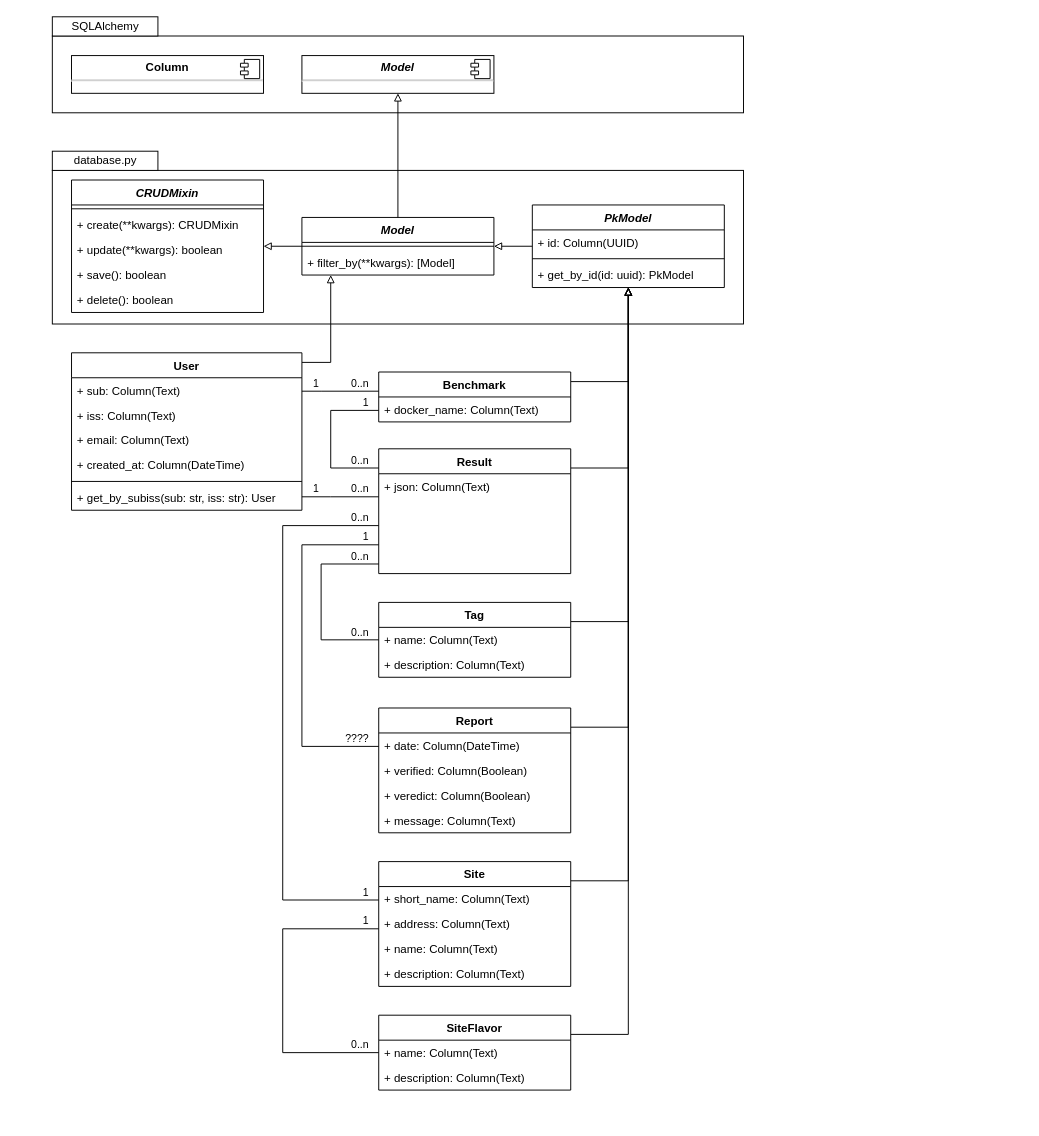
The draw.io diagram docs/diagrams/classes/models.drawio in EOSC-synergy/eosc-perf, before the edit. Source tidied: cells renumbered, new cells numbered last; positions are measured from the earlier drawing's top-left corner, leaving out a move shared by most shapes. Both pictures are drawn from the tidied source at 96%, with x=0, y=0 at pixel (52, 16).
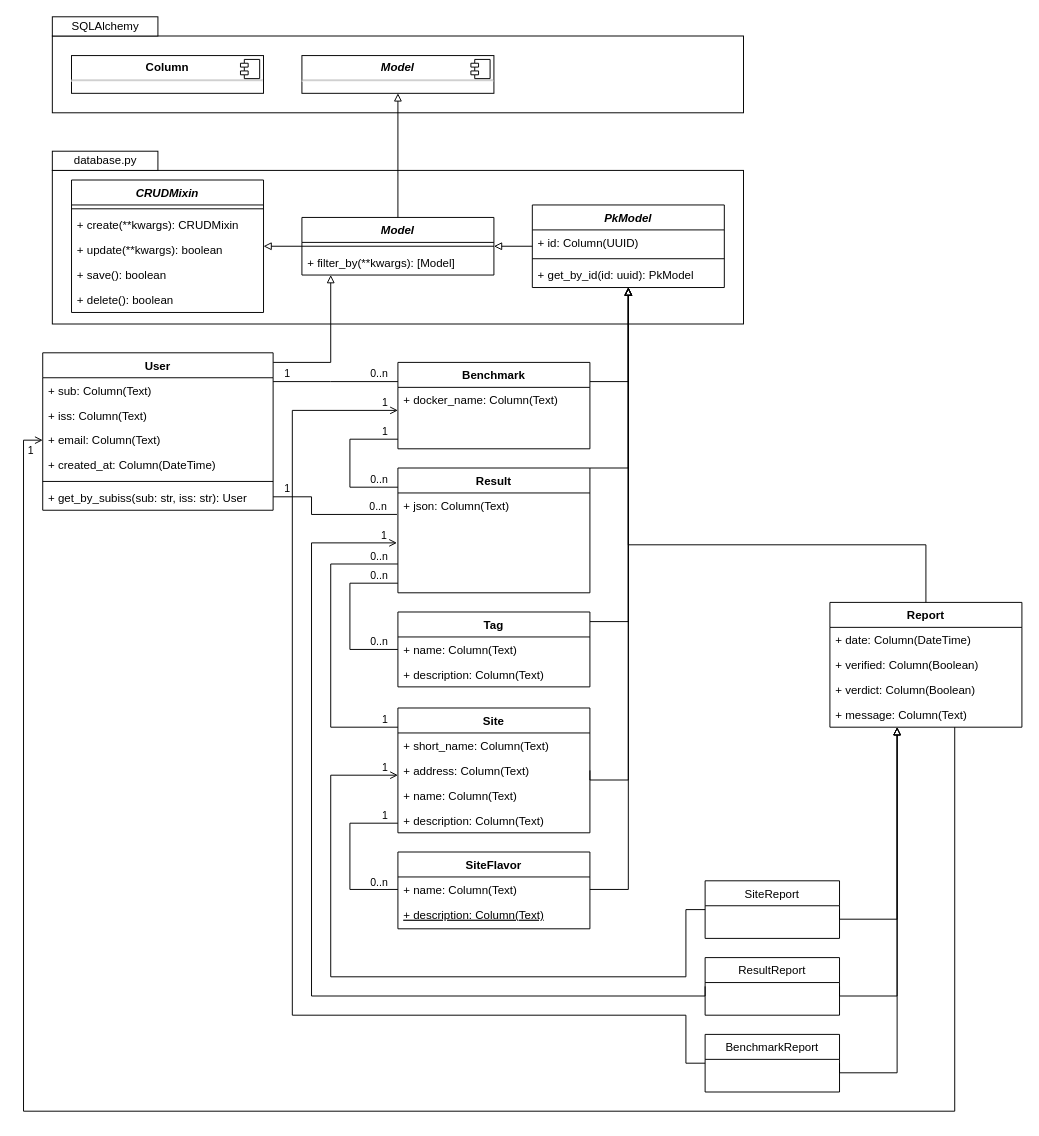
After the change.

Commit message:
Add Report classes to models diagram

Unchanged cells that the change refers to:
```xml
<mxCell id="6" value="+ date: Column(DateTime)" style="text;strokeColor=none;fillColor=none;align=left;verticalAlign=top;spacingLeft=4;spacingRight=4;overflow=hidden;points=[[0,0.5],[1,0.5]];portConstraint=eastwest;" parent="5" vertex="1">
  <mxGeometry y="26" width="200" height="26" as="geometry" />
</mxCell>
<mxCell id="9" value="+ message: Column(Text)" style="text;strokeColor=none;fillColor=none;align=left;verticalAlign=top;spacingLeft=4;spacingRight=4;overflow=hidden;points=[[0,0.5],[1,0.5]];portConstraint=eastwest;" parent="5" vertex="1">
  <mxGeometry y="104" width="200" height="26" as="geometry" />
</mxCell>
<mxCell id="12" value="+ json: Column(Text)" style="text;strokeColor=none;fillColor=none;align=left;verticalAlign=top;spacingLeft=4;spacingRight=4;overflow=hidden;points=[[0,0.5],[1,0.5]];portConstraint=eastwest;" parent="11" vertex="1">
  <mxGeometry y="26" width="200" height="104" as="geometry" />
</mxCell>
<mxCell id="24" value="PkModel" style="swimlane;fontStyle=3;align=center;verticalAlign=top;horizontal=1;startSize=26;" parent="1" vertex="1">
  <mxGeometry x="500" y="196" width="200" height="86" as="geometry" />
</mxCell>
<mxCell id="30" value="+ name: Column(Text)" style="text;strokeColor=none;fillColor=none;align=left;verticalAlign=top;spacingLeft=4;spacingRight=4;overflow=hidden;points=[[0,0.5],[1,0.5]];portConstraint=eastwest;" parent="29" vertex="1">
  <mxGeometry y="26" width="200" height="26" as="geometry" />
</mxCell>
<mxCell id="34" value="+ short_name: Column(Text)" style="text;strokeColor=none;fillColor=none;align=left;verticalAlign=top;spacingLeft=4;spacingRight=4;overflow=hidden;points=[[0,0.5],[1,0.5]];portConstraint=eastwest;" parent="33" vertex="1">
  <mxGeometry y="26" width="200" height="26" as="geometry" />
</mxCell>
<mxCell id="35" value="+ address: Column(Text)" style="text;strokeColor=none;fillColor=none;align=left;verticalAlign=top;spacingLeft=4;spacingRight=4;overflow=hidden;points=[[0,0.5],[1,0.5]];portConstraint=eastwest;" parent="33" vertex="1">
  <mxGeometry y="52" width="200" height="26" as="geometry" />
</mxCell>
<mxCell id="63" value="+ email: Column(Text)" style="text;strokeColor=none;fillColor=none;align=left;verticalAlign=top;spacingLeft=4;spacingRight=4;overflow=hidden;points=[[0,0.5],[1,0.5]];portConstraint=eastwest;" parent="60" vertex="1">
  <mxGeometry y="78" width="240" height="26" as="geometry" />
</mxCell>
<mxCell id="76" value="+ name: Column(Text)" style="text;strokeColor=none;fillColor=none;align=left;verticalAlign=top;spacingLeft=4;spacingRight=4;overflow=hidden;points=[[0,0.5],[1,0.5]];portConstraint=eastwest;" parent="75" vertex="1">
  <mxGeometry y="26" width="200" height="26" as="geometry" />
</mxCell>
```

Change to the diagram source:
```diff
@@
-    <mxCell id="4" style="edgeStyle=orthogonalEdgeStyle;rounded=0;jettySize=auto;html=1;endArrow=block;endFill=0;" parent="1" edge="1" source="5" target="24">
+    <mxCell id="4" style="edgeStyle=orthogonalEdgeStyle;rounded=0;jettySize=auto;html=1;endArrow=block;endFill=0;exitX=1;exitY=0.5;exitDx=0;exitDy=0;" parent="1" edge="1" source="35" target="24">
       <mxGeometry relative="1" as="geometry">
         <Array as="points">
-          <mxPoint x="600" y="740" />
+          <mxPoint x="600" y="795" />
         </Array>
       </mxGeometry>
     </mxCell>
     <mxCell id="5" value="Report" style="swimlane;fontStyle=1;align=center;verticalAlign=top;horizontal=1;startSize=26;" parent="1" vertex="1">
-      <mxGeometry x="340" y="720" width="200" height="130" as="geometry" />
+      <mxGeometry x="810" y="610" width="200" height="130" as="geometry" />
     </mxCell>
@@
-    <mxCell id="8" value="+ veredict: Column(Boolean)" style="text;strokeColor=none;fillColor=none;align=left;verticalAlign=top;spacingLeft=4;spacingRight=4;overflow=hidden;" parent="5" vertex="1">
+    <mxCell id="8" value="+ verdict: Column(Boolean)" style="text;strokeColor=none;fillColor=none;align=left;verticalAlign=top;spacingLeft=4;spacingRight=4;overflow=hidden;" parent="5" vertex="1">
       <mxGeometry y="78" width="200" height="26" as="geometry" />
     </mxCell>
@@
     <mxCell id="11" value="Result" style="swimlane;fontStyle=1;align=center;verticalAlign=top;horizontal=1;startSize=26;" parent="1" vertex="1">
-      <mxGeometry x="340" y="450" width="200" height="130" as="geometry" />
+      <mxGeometry x="360" y="470" width="200" height="130" as="geometry" />
     </mxCell>
@@
     <mxCell id="29" value="Tag" style="swimlane;fontStyle=1;align=center;verticalAlign=top;horizontal=1;startSize=26;" parent="1" vertex="1">
-      <mxGeometry x="340" y="610" width="200" height="78" as="geometry" />
+      <mxGeometry x="360" y="620" width="200" height="78" as="geometry" />
     </mxCell>
@@
-    <mxCell id="32" style="edgeStyle=orthogonalEdgeStyle;rounded=0;jettySize=auto;html=1;endArrow=block;endFill=0;" parent="1" edge="1" source="33" target="24">
+    <mxCell id="32" style="edgeStyle=orthogonalEdgeStyle;rounded=0;jettySize=auto;html=1;endArrow=block;endFill=0;exitX=0.5;exitY=0;exitDx=0;exitDy=0;" parent="1" edge="1" source="5" target="24">
       <mxGeometry relative="1" as="geometry">
         <Array as="points">
-          <mxPoint x="600" y="900" />
+          <mxPoint x="910" y="550" />
+          <mxPoint x="600" y="550" />
         </Array>
       </mxGeometry>
     </mxCell>
     <mxCell id="33" value="Site" style="swimlane;fontStyle=1;align=center;verticalAlign=top;horizontal=1;startSize=26;" parent="1" vertex="1">
-      <mxGeometry x="340" y="880" width="200" height="130" as="geometry" />
+      <mxGeometry x="360" y="720" width="200" height="130" as="geometry" />
     </mxCell>
@@
     <mxCell id="39" value="Benchmark" style="swimlane;fontStyle=1;align=center;verticalAlign=top;horizontal=1;startSize=26;" parent="1" vertex="1">
-      <mxGeometry x="340" y="370" width="200" height="52" as="geometry" />
+      <mxGeometry x="360" y="360" width="200" height="90" as="geometry" />
     </mxCell>
     <mxCell id="40" value="+ docker_name: Column(Text)" style="text;strokeColor=none;fillColor=none;align=left;verticalAlign=top;spacingLeft=4;spacingRight=4;overflow=hidden;points=[[0,0.5],[1,0.5]];portConstraint=eastwest;" parent="39" vertex="1">
-      <mxGeometry y="26" width="200" height="26" as="geometry" />
+      <mxGeometry y="26" width="200" height="64" as="geometry" />
     </mxCell>
@@
-    <mxCell id="42" style="endArrow=none;html=1;endSize=12;startArrow=none;startSize=14;startFill=0;edgeStyle=orthogonalEdgeStyle;endFill=0;rounded=0;" parent="1" edge="1" source="6" target="11">
+    <mxCell id="42" style="html=1;startArrow=none;startFill=0;edgeStyle=orthogonalEdgeStyle;endFill=0;rounded=0;strokeWidth=1;endArrow=open;exitX=0;exitY=0.5;exitDx=0;exitDy=0;" parent="1" edge="1" source="81">
       <mxGeometry relative="1" as="geometry">
+        <mxPoint x="359" y="548" as="targetPoint" />
         <Array as="points">
-          <mxPoint x="260" y="760" />
-          <mxPoint x="260" y="550" />
+          <mxPoint x="680" y="1020" />
+          <mxPoint x="270" y="1020" />
+          <mxPoint x="270" y="548" />
         </Array>
       </mxGeometry>
     </mxCell>
-    <mxCell id="43" value="????" style="edgeLabel;html=1;align=right;verticalAlign=bottom;" parent="42" vertex="1">
-      <mxGeometry x="-1" relative="1" as="geometry">
-        <mxPoint x="-10" as="offset" />
-      </mxGeometry>
-    </mxCell>
@@
-    <mxCell id="45" style="endArrow=none;html=1;edgeStyle=orthogonalEdgeStyle;rounded=0;" parent="1" edge="1" source="30" target="11">
+    <mxCell id="45" style="endArrow=none;html=1;edgeStyle=orthogonalEdgeStyle;rounded=0;exitX=0;exitY=0.5;exitDx=0;exitDy=0;" parent="1" edge="1" source="30" target="12">
       <mxGeometry relative="1" as="geometry">
         <Array as="points">
-          <mxPoint x="280" y="649" />
-          <mxPoint x="280" y="570" />
+          <mxPoint x="310" y="659" />
+          <mxPoint x="310" y="590" />
         </Array>
       </mxGeometry>
     </mxCell>
@@
     <mxCell id="47" value="0..n" style="edgeLabel;html=1;align=right;verticalAlign=bottom;" parent="45" vertex="1">
       <mxGeometry x="1" relative="1" as="geometry">
-        <mxPoint x="-10.2" as="offset" />
+        <mxPoint x="-10" as="offset" />
       </mxGeometry>
     </mxCell>
     <mxCell id="48" style="endArrow=none;html=1;edgeStyle=orthogonalEdgeStyle;rounded=0;" parent="1" edge="1" source="39" target="60">
       <mxGeometry relative="1" as="geometry">
         <Array as="points">
-          <mxPoint x="280" y="390" />
-          <mxPoint x="280" y="390" />
+          <mxPoint x="290" y="380" />
+          <mxPoint x="290" y="380" />
         </Array>
       </mxGeometry>
     </mxCell>
@@
     <mxCell id="51" style="endArrow=none;html=1;edgeStyle=orthogonalEdgeStyle;rounded=0;" parent="1" edge="1" source="11" target="39">
       <mxGeometry relative="1" as="geometry">
         <Array as="points">
-          <mxPoint x="290" y="470" />
-          <mxPoint x="290" y="410" />
+          <mxPoint x="310" y="490" />
+          <mxPoint x="310" y="440" />
         </Array>
       </mxGeometry>
     </mxCell>
@@
-    <mxCell id="54" style="endArrow=none;html=1;edgeStyle=orthogonalEdgeStyle;rounded=0;" parent="1" edge="1" source="11" target="60">
+    <mxCell id="54" style="endArrow=none;html=1;edgeStyle=orthogonalEdgeStyle;rounded=0;exitX=-0.005;exitY=0.215;exitDx=0;exitDy=0;exitPerimeter=0;" parent="1" edge="1" source="12" target="60">
       <mxGeometry relative="1" as="geometry">
         <Array as="points">
-          <mxPoint x="290" y="500" />
-          <mxPoint x="290" y="500" />
+          <mxPoint x="270" y="518" />
+          <mxPoint x="270" y="500" />
         </Array>
       </mxGeometry>
     </mxCell>
@@
-    <mxCell id="57" style="endArrow=none;html=1;endSize=12;startArrow=none;startSize=14;startFill=0;edgeStyle=orthogonalEdgeStyle;endFill=0;rounded=0;" parent="1" edge="1" source="11" target="34">
+    <mxCell id="57" style="endArrow=none;html=1;endSize=12;startArrow=none;startSize=14;startFill=0;edgeStyle=orthogonalEdgeStyle;endFill=0;rounded=0;" parent="1" edge="1">
       <mxGeometry relative="1" as="geometry">
+        <mxPoint x="360" y="570" as="sourcePoint" />
+        <mxPoint x="360" y="740" as="targetPoint" />
         <Array as="points">
-          <mxPoint x="240" y="530" />
-          <mxPoint x="240" y="920" />
+          <mxPoint x="290" y="570" />
+          <mxPoint x="290" y="740" />
+          <mxPoint x="360" y="740" />
         </Array>
       </mxGeometry>
     </mxCell>
-    <mxCell id="58" value="0..n" style="edgeLabel;html=1;align=right;verticalAlign=bottom;" parent="57" vertex="1">
-      <mxGeometry x="-1" relative="1" as="geometry">
-        <mxPoint x="-10" as="offset" />
-      </mxGeometry>
-    </mxCell>
@@
     <mxCell id="60" value="User" style="swimlane;fontStyle=1;align=center;verticalAlign=top;horizontal=1;startSize=26;" parent="1" vertex="1">
-      <mxGeometry x="20" y="350" width="240" height="164" as="geometry" />
+      <mxGeometry x="-10" y="350" width="240" height="164" as="geometry" />
     </mxCell>
@@
     <mxCell id="74" style="edgeStyle=orthogonalEdgeStyle;rounded=0;jettySize=auto;html=1;endArrow=block;endFill=0;" parent="1" edge="1" source="75" target="24">
       <mxGeometry relative="1" as="geometry">
         <Array as="points">
-          <mxPoint x="600" y="1060" />
+          <mxPoint x="600" y="909" />
         </Array>
       </mxGeometry>
     </mxCell>
     <mxCell id="75" value="SiteFlavor" style="swimlane;fontStyle=1;align=center;verticalAlign=top;horizontal=1;startSize=26;" parent="1" vertex="1">
-      <mxGeometry x="340" y="1040" width="200" height="78" as="geometry" />
+      <mxGeometry x="360" y="870" width="200" height="80" as="geometry" />
     </mxCell>
@@
-    <mxCell id="77" value="+ description: Column(Text)" style="text;strokeColor=none;fillColor=none;align=left;verticalAlign=top;spacingLeft=4;spacingRight=4;overflow=hidden;" parent="75" vertex="1">
-      <mxGeometry y="52" width="200" height="26" as="geometry" />
+    <mxCell id="77" value="+ description: Column(Text)" style="text;strokeColor=none;fillColor=none;align=left;verticalAlign=top;spacingLeft=4;spacingRight=4;overflow=hidden;fontStyle=4;" parent="75" vertex="1">
+      <mxGeometry y="52" width="200" height="28" as="geometry" />
     </mxCell>
-    <mxCell id="78" style="endArrow=none;html=1;edgeStyle=orthogonalEdgeStyle;rounded=0;" parent="1" edge="1" source="33" target="75">
+    <mxCell id="78" style="endArrow=none;html=1;edgeStyle=orthogonalEdgeStyle;rounded=0;entryX=0;entryY=0.5;entryDx=0;entryDy=0;" parent="1" edge="1" target="76">
       <mxGeometry relative="1" as="geometry">
+        <mxPoint x="360" y="840" as="sourcePoint" />
         <Array as="points">
-          <mxPoint x="240" y="950" />
-          <mxPoint x="240" y="1079" />
+          <mxPoint x="310" y="840" />
+          <mxPoint x="310" y="909" />
         </Array>
       </mxGeometry>
     </mxCell>
@@
     <mxCell id="80" value="0..n" style="edgeLabel;html=1;align=right;verticalAlign=bottom;" parent="78" vertex="1">
       <mxGeometry x="1" relative="1" as="geometry">
-        <mxPoint x="-10" as="offset" />
+        <mxPoint x="-10" y="1" as="offset" />
       </mxGeometry>
     </mxCell>
+    <mxCell id="81" value="ResultReport" style="swimlane;fontStyle=0;horizontal=1;startSize=26;fillColor=none;" parent="1" vertex="1">
+      <mxGeometry x="680" y="980" width="140" height="60" as="geometry" />
+    </mxCell>
+    <mxCell id="82" value="BenchmarkReport" style="swimlane;fontStyle=0;horizontal=1;startSize=26;fillColor=none;" parent="1" vertex="1">
+      <mxGeometry x="680" y="1060" width="140" height="60" as="geometry" />
+    </mxCell>
+    <mxCell id="83" value="SiteReport" style="swimlane;fontStyle=0;horizontal=1;startSize=26;fillColor=none;" parent="1" vertex="1">
+      <mxGeometry x="680" y="900" width="140" height="60" as="geometry" />
+    </mxCell>
+    <mxCell id="84" style="endArrow=block;endFill=0;endSize=6;html=1;strokeWidth=1;exitX=1;exitY=0.5;exitDx=0;exitDy=0;rounded=0;edgeStyle=orthogonalEdgeStyle;" parent="1" edge="1" source="81" target="9">
+      <mxGeometry relative="1" as="geometry">
+        <Array as="points">
+          <mxPoint x="880" y="1020" />
+        </Array>
+      </mxGeometry>
+    </mxCell>
+    <mxCell id="85" style="endArrow=block;endFill=0;endSize=6;html=1;strokeWidth=1;exitX=1;exitY=0.5;exitDx=0;exitDy=0;rounded=0;edgeStyle=orthogonalEdgeStyle;" parent="1" edge="1" source="82" target="9">
+      <mxGeometry relative="1" as="geometry">
+        <Array as="points">
+          <mxPoint x="880" y="1100" />
+        </Array>
+      </mxGeometry>
+    </mxCell>
+    <mxCell id="86" style="endArrow=block;endFill=0;endSize=6;html=1;strokeWidth=1;rounded=0;edgeStyle=orthogonalEdgeStyle;exitX=1;exitY=0.5;exitDx=0;exitDy=0;" parent="1" edge="1" source="83" target="9">
+      <mxGeometry relative="1" as="geometry">
+        <Array as="points">
+          <mxPoint x="880" y="940" />
+        </Array>
+      </mxGeometry>
+    </mxCell>
+    <mxCell id="87" style="html=1;startArrow=none;startFill=0;edgeStyle=orthogonalEdgeStyle;endFill=0;rounded=0;strokeWidth=1;endArrow=open;exitX=0;exitY=0.5;exitDx=0;exitDy=0;" parent="1" edge="1" source="83">
+      <mxGeometry relative="1" as="geometry">
+        <mxPoint x="360" y="790" as="targetPoint" />
+        <Array as="points">
+          <mxPoint x="660" y="930" />
+          <mxPoint x="660" y="1000" />
+          <mxPoint x="290" y="1000" />
+          <mxPoint x="290" y="790" />
+        </Array>
+      </mxGeometry>
+    </mxCell>
+    <mxCell id="88" value="1" style="edgeLabel;html=1;align=right;verticalAlign=bottom;" parent="87" vertex="1">
+      <mxGeometry x="1" relative="1" as="geometry">
+        <mxPoint x="-10" as="offset" />
+      </mxGeometry>
+    </mxCell>
+    <mxCell id="89" style="html=1;startArrow=none;startFill=0;edgeStyle=orthogonalEdgeStyle;endFill=0;rounded=0;strokeWidth=1;endArrow=open;exitX=0;exitY=0.5;exitDx=0;exitDy=0;" parent="1" edge="1" source="82" target="40">
+      <mxGeometry relative="1" as="geometry">
+        <Array as="points">
+          <mxPoint x="660" y="1090" />
+          <mxPoint x="660" y="1040" />
+          <mxPoint x="250" y="1040" />
+          <mxPoint x="250" y="410" />
+        </Array>
+      </mxGeometry>
+    </mxCell>
+    <mxCell id="90" value="1" style="edgeLabel;html=1;align=right;verticalAlign=bottom;" parent="89" vertex="1">
+      <mxGeometry x="1" relative="1" as="geometry">
+        <mxPoint x="-10" as="offset" />
+      </mxGeometry>
+    </mxCell>
+    <mxCell id="58" value="0..n" style="edgeLabel;html=1;align=right;verticalAlign=bottom;" parent="1" vertex="1">
+      <mxGeometry x="350" y="570" as="geometry" />
+    </mxCell>
+    <mxCell id="91" style="html=1;startArrow=none;startFill=0;edgeStyle=orthogonalEdgeStyle;endFill=0;rounded=0;strokeWidth=1;endArrow=open;entryX=0;entryY=0.5;entryDx=0;entryDy=0;" parent="1" edge="1" target="63">
+      <mxGeometry relative="1" as="geometry">
+        <mxPoint x="940" y="740" as="sourcePoint" />
+        <Array as="points">
+          <mxPoint x="940" y="1140" />
+          <mxPoint x="-30" y="1140" />
+          <mxPoint x="-30" y="441" />
+        </Array>
+      </mxGeometry>
+    </mxCell>
+    <mxCell id="92" value="1" style="edgeLabel;html=1;align=right;verticalAlign=bottom;" parent="91" vertex="1">
+      <mxGeometry x="1" relative="1" as="geometry">
+        <mxPoint x="-9" y="19" as="offset" />
+      </mxGeometry>
+    </mxCell>
```
